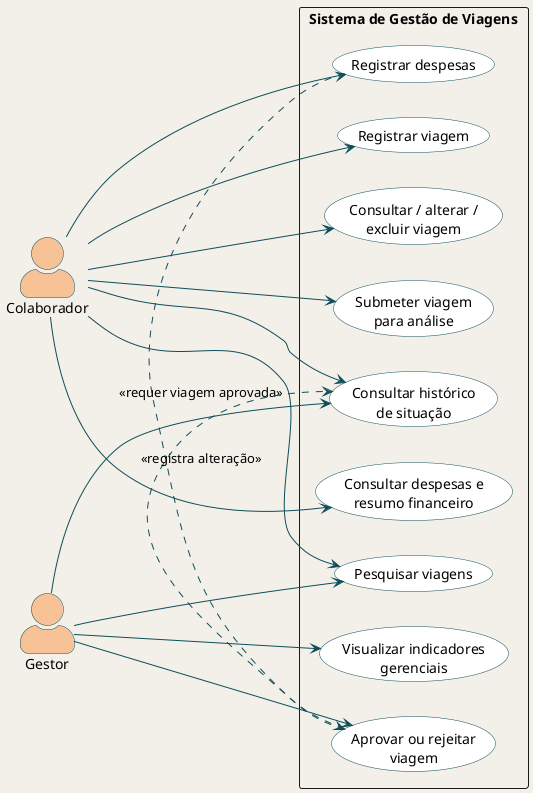
The PlantUML diagram docs/casos-de-uso/diagrama-caso-de-uso.png in gabrielhochmann-academic/es2-travel-management, before a commit. The source it was exported from:
```plantuml
@startuml
left to right direction
skinparam backgroundColor #F3F0E9
skinparam packageStyle rectangle
skinparam shadowing false
skinparam actorStyle awesome
skinparam usecase {
  BackgroundColor #FFFFFF
  BorderColor #0E4D5A
  ArrowColor #0E4D5A
}
skinparam actor {
  BorderColor #0E4D5A
  BackgroundColor #F8C297
}

actor "Colaborador" as Colaborador
actor "Gestor" as Gestor

rectangle "Sistema de Gestão de Viagens" {
  usecase "Registrar viagem" as UC1
  usecase "Consultar / alterar /\nexcluir viagem" as UC2
  usecase "Submeter viagem\npara análise" as UC3
  usecase "Aprovar ou rejeitar\nviagem" as UC4
  usecase "Consultar histórico\nde situação" as UC5
  usecase "Registrar despesas" as UC6
  usecase "Consultar despesas e\nresumo financeiro" as UC7
  usecase "Pesquisar viagens" as UC8
  usecase "Visualizar indicadores\ngerenciais" as UC9
}

Colaborador --> UC1
Colaborador --> UC2
Colaborador --> UC3
Colaborador --> UC5
Colaborador --> UC6
Colaborador --> UC7
Colaborador --> UC8
Gestor --> UC4
Gestor --> UC5
Gestor --> UC8
Gestor --> UC9
UC6 .> UC4 : <<requer viagem aprovada>>
UC4 .> UC5 : <<registra alteração>>
@enduml
```
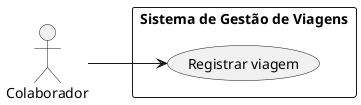
The same file after the commit.

Change to the diagram source:
```diff
@@ -1,45 +1,14 @@
 @startuml
 left to right direction
-skinparam backgroundColor #F3F0E9
+skinparam shadowing false
 skinparam packageStyle rectangle
-skinparam shadowing false
-skinparam actorStyle awesome
-skinparam usecase {
-  BackgroundColor #FFFFFF
-  BorderColor #0E4D5A
-  ArrowColor #0E4D5A
-}
-skinparam actor {
-  BorderColor #0E4D5A
-  BackgroundColor #F8C297
+skinparam actorStyle stickman
+
+actor "Colaborador" as Colaborador
+
+rectangle "Sistema de Gestão de Viagens" {
+  usecase "Registrar viagem" as UC01
 }
 
-actor "Colaborador" as Colaborador
-actor "Gestor" as Gestor
-
-rectangle "Sistema de Gestão de Viagens" {
-  usecase "Registrar viagem" as UC1
-  usecase "Consultar / alterar /\nexcluir viagem" as UC2
-  usecase "Submeter viagem\npara análise" as UC3
-  usecase "Aprovar ou rejeitar\nviagem" as UC4
-  usecase "Consultar histórico\nde situação" as UC5
-  usecase "Registrar despesas" as UC6
-  usecase "Consultar despesas e\nresumo financeiro" as UC7
-  usecase "Pesquisar viagens" as UC8
-  usecase "Visualizar indicadores\ngerenciais" as UC9
-}
-
-Colaborador --> UC1
-Colaborador --> UC2
-Colaborador --> UC3
-Colaborador --> UC5
-Colaborador --> UC6
-Colaborador --> UC7
-Colaborador --> UC8
-Gestor --> UC4
-Gestor --> UC5
-Gestor --> UC8
-Gestor --> UC9
-UC6 .> UC4 : <<requer viagem aprovada>>
-UC4 .> UC5 : <<registra alteração>>
+Colaborador --> UC01
 @enduml
```
